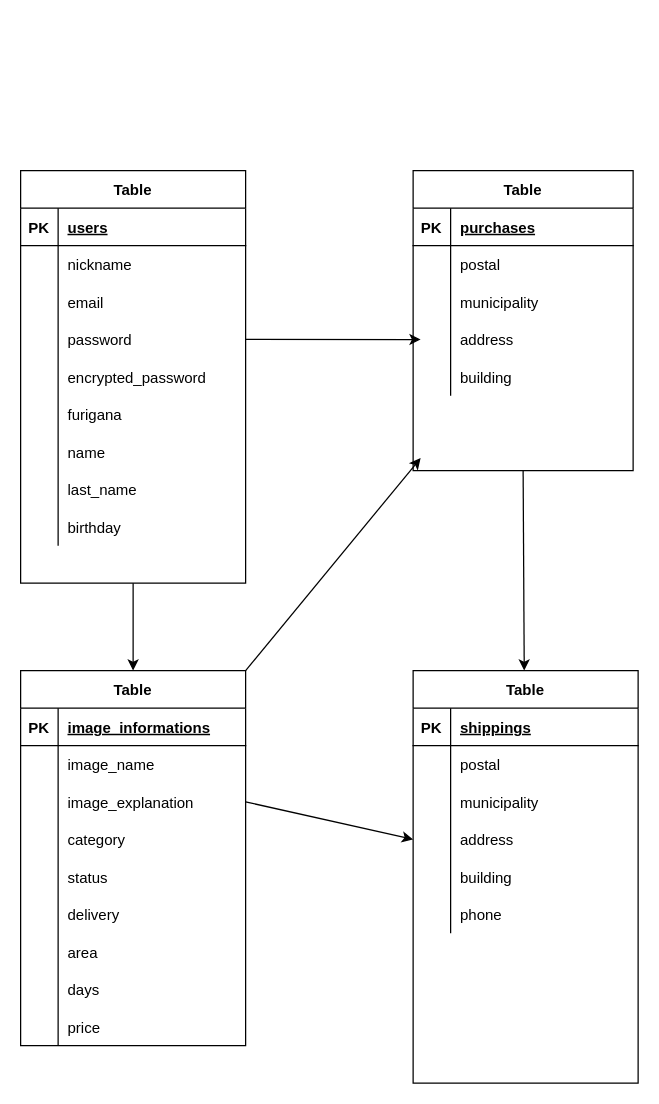
Earlier version of the draw.io diagram furima.dio (syumpei1997/furima-36707). Source tidied: cells renumbered, new cells numbered last; positions are measured from the earlier drawing's top-left corner, leaving out a move shared by most shapes. Both pictures are drawn from the tidied source at 125%, with x=0, y=0 at pixel (20, 170).
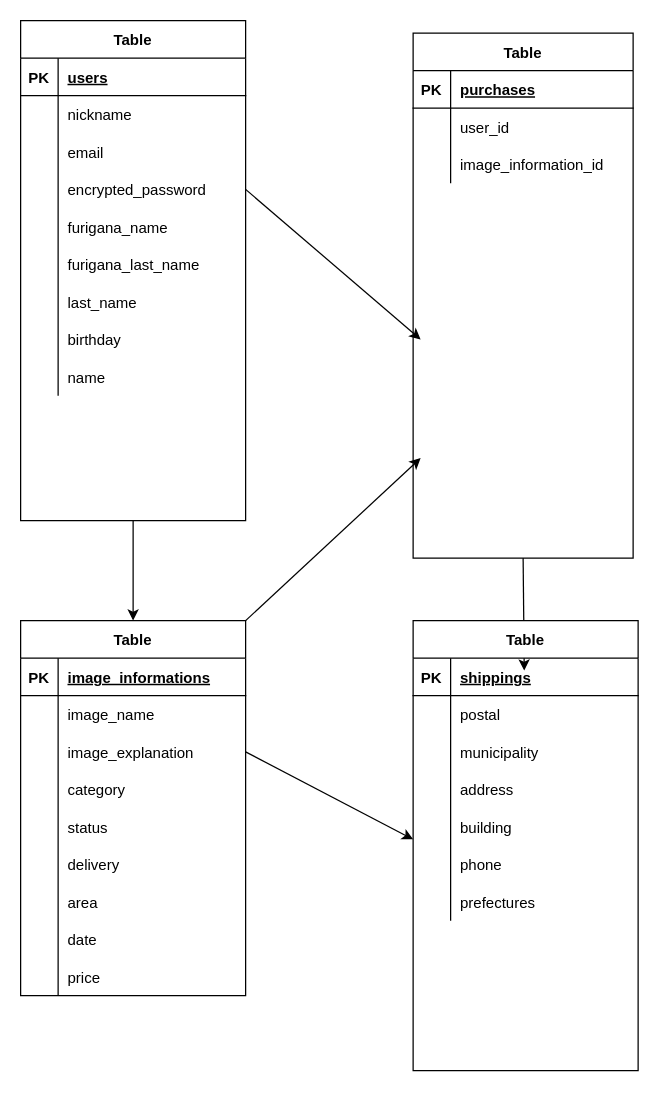
After the change.

Commit message (it also covers changes not shown here):
DB設計再提出３

The change refers to these unchanged cells:
```xml
<mxCell id="36" style="shape=partialRectangle;fillColor=none;top=0;left=0;bottom=0;right=0;" parent="32" vertex="1">
  <mxGeometry y="60" width="176" height="30" as="geometry" />
</mxCell>
<mxCell id="39" style="shape=partialRectangle;fillColor=none;top=0;left=0;bottom=0;right=0;" parent="32" vertex="1">
  <mxGeometry y="90" width="176" height="30" as="geometry" />
</mxCell>
<mxCell id="71" style="shape=partialRectangle;fillColor=none;top=0;left=0;bottom=0;right=0;" parent="49" vertex="1">
  <mxGeometry y="240" width="180" height="30" as="geometry" />
</mxCell>
```

Diff of the diagram source:
```diff
@@
     <mxCell id="3" value="Table" style="shape=table;startSize=30;childLayout=tableLayout;rowLines=0;fontStyle=1;align=center;shadow=0;" parent="1" vertex="1">
-      <mxGeometry width="180" height="330" as="geometry" />
+      <mxGeometry y="-120" width="180" height="400" as="geometry" />
     </mxCell>
@@
-    <mxCell id="13" style="shape=partialRectangle;fillColor=none;top=0;left=0;bottom=0;right=0;points=[[0,0.5],[1,0.5]];portConstraint=eastwest;" parent="3" vertex="1">
-      <mxGeometry y="120" width="180" height="30" as="geometry" />
-    </mxCell>
-    <mxCell id="14" style="shape=partialRectangle;fillColor=none;top=0;left=0;bottom=0;right=0;overflow=hidden;" parent="13" vertex="1">
-      <mxGeometry width="30" height="30" as="geometry" />
-    </mxCell>
-    <mxCell id="15" value="password" style="shape=partialRectangle;fillColor=none;top=0;left=0;bottom=0;right=0;align=left;spacingLeft=6;overflow=hidden;" parent="13" vertex="1">
-      <mxGeometry x="30" width="150" height="30" as="geometry" />
-    </mxCell>
     <mxCell id="16" style="shape=partialRectangle;fillColor=none;top=0;left=0;bottom=0;right=0;" parent="3" vertex="1">
-      <mxGeometry y="150" width="180" height="30" as="geometry" />
+      <mxGeometry y="120" width="180" height="30" as="geometry" />
     </mxCell>
@@
     <mxCell id="19" style="shape=partialRectangle;fillColor=none;top=0;left=0;bottom=0;right=0;" parent="3" vertex="1">
-      <mxGeometry y="180" width="180" height="30" as="geometry" />
+      <mxGeometry y="150" width="180" height="30" as="geometry" />
     </mxCell>
@@
-    <mxCell id="21" value="furigana" style="shape=partialRectangle;fillColor=none;top=0;left=0;bottom=0;right=0;align=left;spacingLeft=6;overflow=hidden;" parent="19" vertex="1">
+    <mxCell id="21" value="furigana_name" style="shape=partialRectangle;fillColor=none;top=0;left=0;bottom=0;right=0;align=left;spacingLeft=6;overflow=hidden;" parent="19" vertex="1">
       <mxGeometry x="30" width="150" height="30" as="geometry" />
     </mxCell>
     <mxCell id="22" style="shape=partialRectangle;fillColor=none;top=0;left=0;bottom=0;right=0;" parent="3" vertex="1">
-      <mxGeometry y="210" width="180" height="30" as="geometry" />
+      <mxGeometry y="180" width="180" height="30" as="geometry" />
     </mxCell>
@@
-    <mxCell id="24" value="name" style="shape=partialRectangle;fillColor=none;top=0;left=0;bottom=0;right=0;align=left;spacingLeft=6;overflow=hidden;" parent="22" vertex="1">
+    <mxCell id="24" value="furigana_last_name" style="shape=partialRectangle;fillColor=none;top=0;left=0;bottom=0;right=0;align=left;spacingLeft=6;overflow=hidden;" parent="22" vertex="1">
       <mxGeometry x="30" width="150" height="30" as="geometry" />
     </mxCell>
     <mxCell id="25" style="shape=partialRectangle;fillColor=none;top=0;left=0;bottom=0;right=0;" parent="3" vertex="1">
-      <mxGeometry y="240" width="180" height="30" as="geometry" />
+      <mxGeometry y="210" width="180" height="30" as="geometry" />
     </mxCell>
@@
     <mxCell id="28" style="shape=partialRectangle;fillColor=none;top=0;left=0;bottom=0;right=0;" parent="3" vertex="1">
-      <mxGeometry y="270" width="180" height="30" as="geometry" />
+      <mxGeometry y="240" width="180" height="30" as="geometry" />
     </mxCell>
@@
+    <mxCell id="98" style="shape=partialRectangle;fillColor=none;top=0;left=0;bottom=0;right=0;" parent="3" vertex="1">
+      <mxGeometry y="270" width="180" height="30" as="geometry" />
+    </mxCell>
+    <mxCell id="99" style="shape=partialRectangle;fillColor=none;top=0;left=0;bottom=0;right=0;overflow=hidden;" parent="98" vertex="1">
+      <mxGeometry width="30" height="30" as="geometry" />
+    </mxCell>
+    <mxCell id="100" value="name" style="shape=partialRectangle;fillColor=none;top=0;left=0;bottom=0;right=0;align=left;spacingLeft=6;overflow=hidden;" parent="98" vertex="1">
+      <mxGeometry x="30" width="150" height="30" as="geometry" />
+    </mxCell>
@@
     <mxCell id="32" value="Table" style="shape=table;startSize=30;childLayout=tableLayout;rowLines=0;fontStyle=1;align=center;" parent="1" vertex="1">
-      <mxGeometry x="314" width="176" height="240" as="geometry" />
+      <mxGeometry x="314" y="-110" width="176" height="420" as="geometry" />
     </mxCell>
@@
-    <mxCell id="37" style="shape=partialRectangle;fillColor=none;top=0;left=0;bottom=0;right=0;overflow=hidden;" parent="36" vertex="1">
-      <mxGeometry width="30" height="30" as="geometry" />
-    </mxCell>
-    <mxCell id="38" value="postal" style="shape=partialRectangle;fillColor=none;top=0;left=0;bottom=0;right=0;align=left;spacingLeft=6;overflow=hidden;" parent="36" vertex="1">
-      <mxGeometry x="30" width="146" height="30" as="geometry" />
-    </mxCell>
+    <mxCell id="101" style="shape=partialRectangle;fillColor=none;top=0;left=0;bottom=0;right=0;overflow=hidden;" parent="36" vertex="1">
+      <mxGeometry width="30" height="30" as="geometry" />
+    </mxCell>
+    <mxCell id="102" value="user_id" style="shape=partialRectangle;fillColor=none;top=0;left=0;bottom=0;right=0;align=left;spacingLeft=6;overflow=hidden;" parent="36" vertex="1">
+      <mxGeometry x="30" width="146" height="30" as="geometry" />
+    </mxCell>
@@
-    <mxCell id="40" style="shape=partialRectangle;fillColor=none;top=0;left=0;bottom=0;right=0;overflow=hidden;" parent="39" vertex="1">
-      <mxGeometry width="30" height="30" as="geometry" />
-    </mxCell>
-    <mxCell id="41" value="municipality" style="shape=partialRectangle;fillColor=none;top=0;left=0;bottom=0;right=0;align=left;spacingLeft=6;overflow=hidden;" parent="39" vertex="1">
-      <mxGeometry x="30" width="146" height="30" as="geometry" />
-    </mxCell>
-    <mxCell id="42" style="shape=partialRectangle;fillColor=none;top=0;left=0;bottom=0;right=0;" parent="32" vertex="1">
-      <mxGeometry y="120" width="176" height="30" as="geometry" />
-    </mxCell>
-    <mxCell id="43" style="shape=partialRectangle;fillColor=none;top=0;left=0;bottom=0;right=0;overflow=hidden;" parent="42" vertex="1">
-      <mxGeometry width="30" height="30" as="geometry" />
-    </mxCell>
-    <mxCell id="44" value="address" style="shape=partialRectangle;fillColor=none;top=0;left=0;bottom=0;right=0;align=left;spacingLeft=6;overflow=hidden;" parent="42" vertex="1">
-      <mxGeometry x="30" width="146" height="30" as="geometry" />
-    </mxCell>
-    <mxCell id="45" style="shape=partialRectangle;fillColor=none;top=0;left=0;bottom=0;right=0;" parent="32" vertex="1">
-      <mxGeometry y="150" width="176" height="30" as="geometry" />
-    </mxCell>
-    <mxCell id="46" style="shape=partialRectangle;fillColor=none;top=0;left=0;bottom=0;right=0;overflow=hidden;" parent="45" vertex="1">
-      <mxGeometry width="30" height="30" as="geometry" />
-    </mxCell>
-    <mxCell id="47" value="building" style="shape=partialRectangle;fillColor=none;top=0;left=0;bottom=0;right=0;align=left;spacingLeft=6;overflow=hidden;" parent="45" vertex="1">
-      <mxGeometry x="30" width="146" height="30" as="geometry" />
-    </mxCell>
+    <mxCell id="103" style="shape=partialRectangle;fillColor=none;top=0;left=0;bottom=0;right=0;overflow=hidden;" parent="39" vertex="1">
+      <mxGeometry width="30" height="30" as="geometry" />
+    </mxCell>
+    <mxCell id="104" value="image_information_id" style="shape=partialRectangle;fillColor=none;top=0;left=0;bottom=0;right=0;align=left;spacingLeft=6;overflow=hidden;" parent="39" vertex="1">
+      <mxGeometry x="30" width="146" height="30" as="geometry" />
+    </mxCell>
@@
     <mxCell id="49" value="Table" style="shape=table;startSize=30;childLayout=tableLayout;rowLines=0;fontStyle=1;align=center;html=0;" parent="1" vertex="1">
-      <mxGeometry y="400" width="180" height="300" as="geometry" />
+      <mxGeometry y="360" width="180" height="300" as="geometry" />
     </mxCell>
@@
-    <mxCell id="73" value="days" style="shape=partialRectangle;fillColor=none;top=0;left=0;bottom=0;right=0;align=left;spacingLeft=6;overflow=hidden;" parent="71" vertex="1">
+    <mxCell id="73" value="date" style="shape=partialRectangle;fillColor=none;top=0;left=0;bottom=0;right=0;align=left;spacingLeft=6;overflow=hidden;" parent="71" vertex="1">
       <mxGeometry x="30" width="150" height="30" as="geometry" />
     </mxCell>
@@
-    <mxCell id="77" style="edgeStyle=none;html=1;exitX=1;exitY=0.5;exitDx=0;exitDy=0;" parent="1" edge="1" source="13">
+    <mxCell id="77" style="edgeStyle=none;html=1;exitX=1;exitY=0.5;exitDx=0;exitDy=0;" parent="1" edge="1">
       <mxGeometry relative="1" as="geometry">
+        <mxPoint x="180" y="15" as="sourcePoint" />
         <mxPoint x="320" y="135.1" as="targetPoint" />
       </mxGeometry>
     </mxCell>
@@
     <mxCell id="79" value="Table" style="shape=table;startSize=30;childLayout=tableLayout;rowLines=0;fontStyle=1;align=center;html=0;" parent="1" vertex="1">
-      <mxGeometry x="314" y="400" width="180" height="330" as="geometry" />
+      <mxGeometry x="314" y="360" width="180" height="360" as="geometry" />
     </mxCell>
@@
+    <mxCell id="105" style="shape=partialRectangle;fillColor=none;top=0;left=0;bottom=0;right=0;" parent="79" vertex="1">
+      <mxGeometry y="210" width="180" height="30" as="geometry" />
+    </mxCell>
+    <mxCell id="106" style="shape=partialRectangle;fillColor=none;top=0;left=0;bottom=0;right=0;overflow=hidden;" parent="105" vertex="1">
+      <mxGeometry width="30" height="30" as="geometry" />
+    </mxCell>
+    <mxCell id="107" value="prefectures" style="shape=partialRectangle;fillColor=none;top=0;left=0;bottom=0;right=0;align=left;spacingLeft=6;overflow=hidden;" parent="105" vertex="1">
+      <mxGeometry x="30" width="150" height="30" as="geometry" />
+    </mxCell>
```
